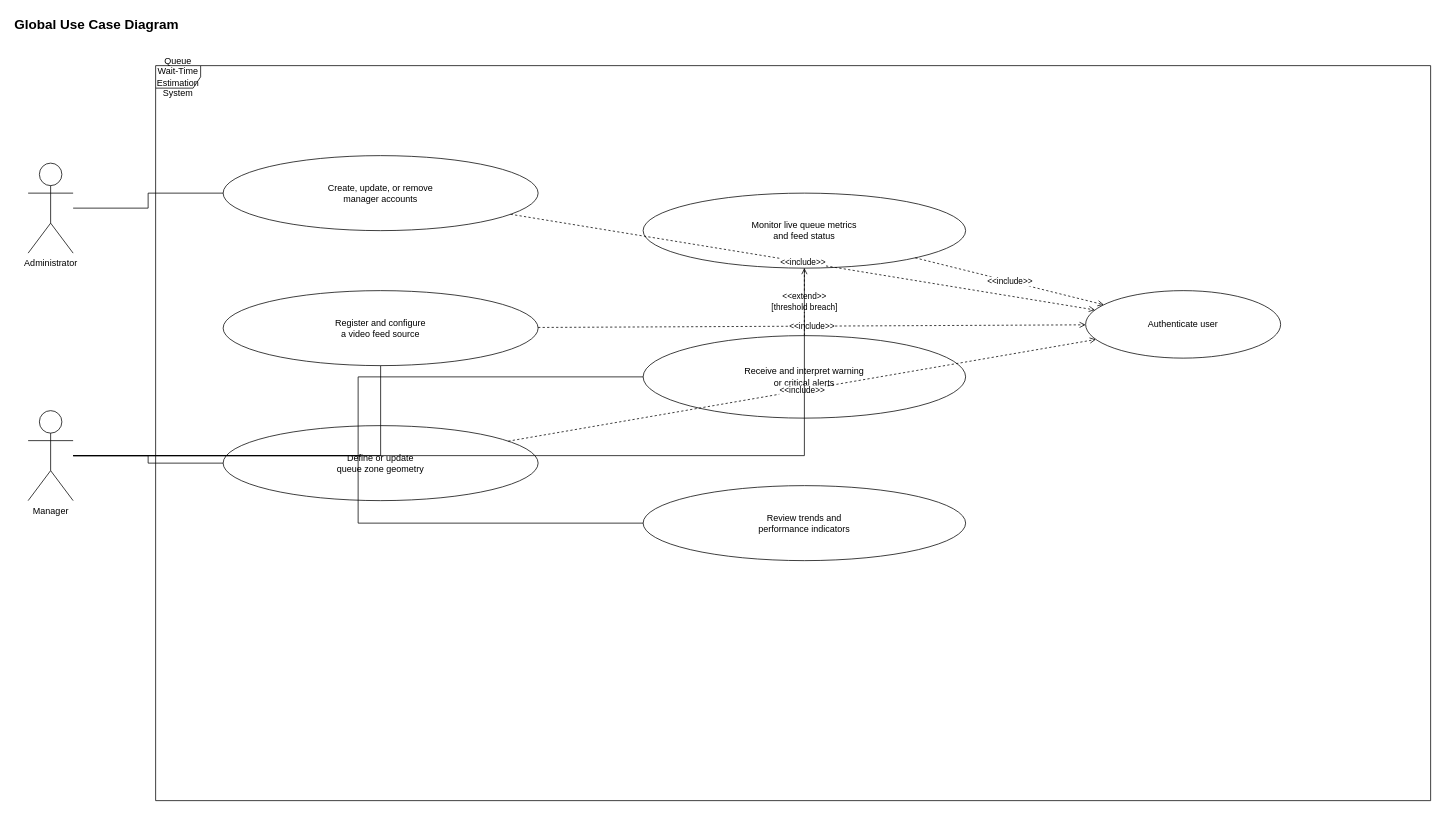
Before: report-latex/figures/drawio/global_use_case.drawio in Salmen-BA21/Queue-Wait-Time-Estimation, a draw.io diagram. Source tidied: cells renumbered, new cells numbered last; positions are measured from the earlier drawing's top-left corner, leaving out a move shared by most shapes. Both pictures are drawn from the tidied source at 75%, with x=0, y=0 at pixel (13, 13).
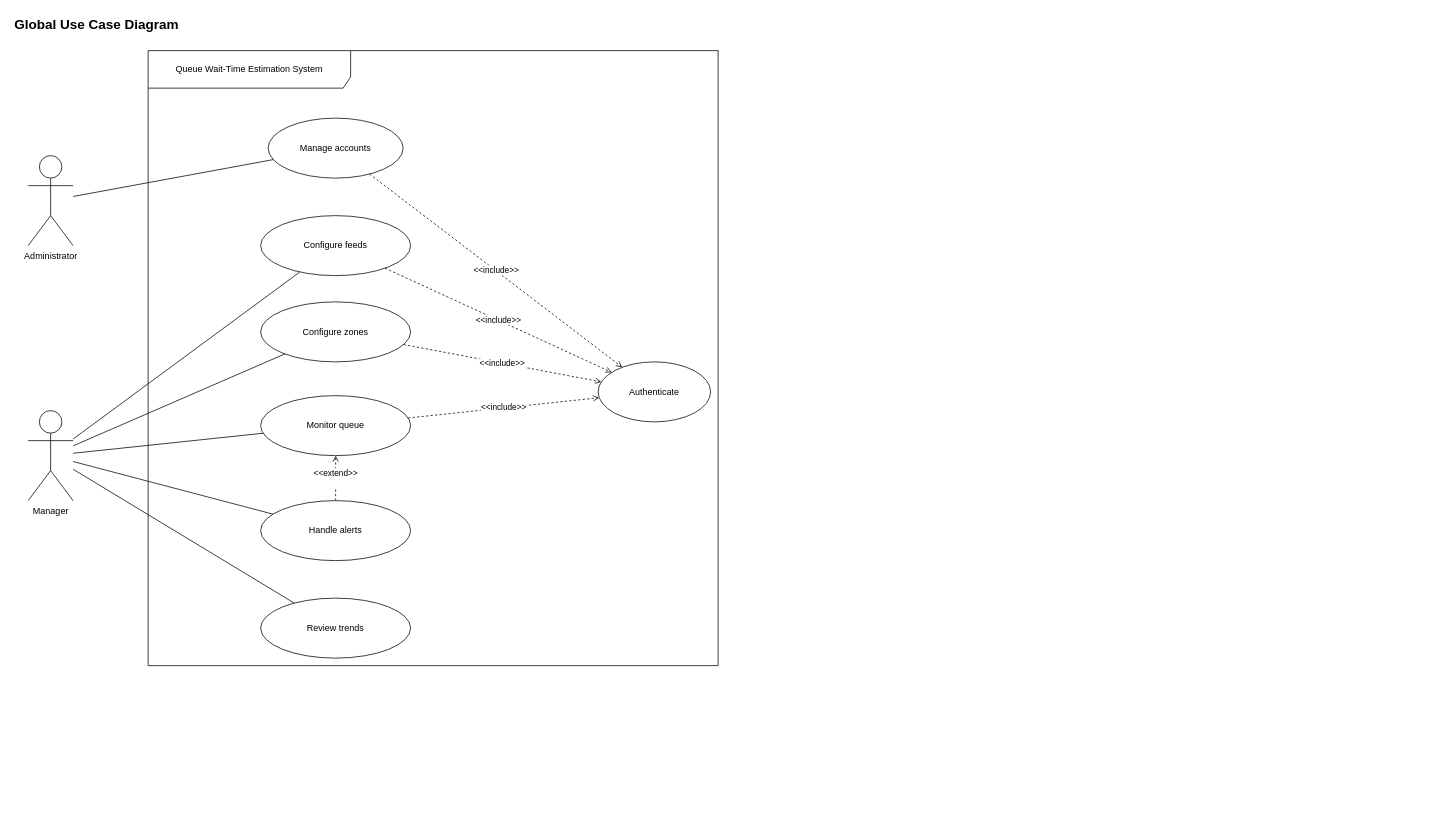
The same page after the edit.

The change refers to these unchanged cells:
```xml
<mxCell id="4" value="Manager" style="shape=umlActor;verticalLabelPosition=bottom;verticalAlign=top;html=1;" parent="1" vertex="1">
  <mxGeometry x="20" y="530" width="60" height="120" as="geometry" />
</mxCell>
```

Diff of the diagram source:
```diff
@@
     <mxCell id="3" value="Administrator" style="shape=umlActor;verticalLabelPosition=bottom;verticalAlign=top;html=1;" parent="1" vertex="1">
-      <mxGeometry x="20" y="200" width="60" height="120" as="geometry" />
+      <mxGeometry x="20" y="190" width="60" height="120" as="geometry" />
     </mxCell>
@@
-    <mxCell id="5" value="Queue Wait-Time Estimation System" style="shape=umlFrame;whiteSpace=wrap;html=1;" parent="1" vertex="1">
-      <mxGeometry x="190" y="70" width="1700" height="980" as="geometry" />
+    <mxCell id="5" value="Queue Wait-Time Estimation System" style="shape=umlFrame;whiteSpace=wrap;html=1;width=270;height=50;" parent="1" vertex="1">
+      <mxGeometry x="180" y="50" width="760" height="820" as="geometry" />
     </mxCell>
-    <mxCell id="6" value="Create, update, or remove&#10;manager accounts" style="ellipse;whiteSpace=wrap;html=1;" parent="5" vertex="1">
-      <mxGeometry x="90" y="120" width="420" height="100" as="geometry" />
-    </mxCell>
-    <mxCell id="7" value="Register and configure&#10;a video feed source" style="ellipse;whiteSpace=wrap;html=1;" parent="5" vertex="1">
-      <mxGeometry x="90" y="300" width="420" height="100" as="geometry" />
-    </mxCell>
-    <mxCell id="8" value="Define or update&#10;queue zone geometry" style="ellipse;whiteSpace=wrap;html=1;" parent="5" vertex="1">
-      <mxGeometry x="90" y="480" width="420" height="100" as="geometry" />
-    </mxCell>
-    <mxCell id="9" value="Monitor live queue metrics&#10;and feed status" style="ellipse;whiteSpace=wrap;html=1;" parent="5" vertex="1">
-      <mxGeometry x="650" y="170" width="430" height="100" as="geometry" />
-    </mxCell>
-    <mxCell id="10" value="Receive and interpret warning&#10;or critical alerts" style="ellipse;whiteSpace=wrap;html=1;" parent="5" vertex="1">
-      <mxGeometry x="650" y="360" width="430" height="110" as="geometry" />
-    </mxCell>
-    <mxCell id="11" value="Review trends and&#10;performance indicators" style="ellipse;whiteSpace=wrap;html=1;" parent="5" vertex="1">
-      <mxGeometry x="650" y="560" width="430" height="100" as="geometry" />
-    </mxCell>
-    <mxCell id="12" value="Authenticate user" style="ellipse;whiteSpace=wrap;html=1;" parent="5" vertex="1">
-      <mxGeometry x="1240" y="300" width="260" height="90" as="geometry" />
-    </mxCell>
+    <mxCell id="24" value="Manage accounts" style="ellipse;whiteSpace=wrap;html=1;" parent="5" vertex="1">
+      <mxGeometry x="160" y="90" width="180" height="80" as="geometry" />
+    </mxCell>
+    <mxCell id="25" value="Configure feeds" style="ellipse;whiteSpace=wrap;html=1;" parent="5" vertex="1">
+      <mxGeometry x="150" y="220" width="200" height="80" as="geometry" />
+    </mxCell>
+    <mxCell id="26" value="Configure zones" style="ellipse;whiteSpace=wrap;html=1;" parent="5" vertex="1">
+      <mxGeometry x="150" y="335" width="200" height="80" as="geometry" />
+    </mxCell>
+    <mxCell id="27" value="Monitor queue" style="ellipse;whiteSpace=wrap;html=1;" parent="5" vertex="1">
+      <mxGeometry x="150" y="460" width="200" height="80" as="geometry" />
+    </mxCell>
+    <mxCell id="28" value="Handle alerts" style="ellipse;whiteSpace=wrap;html=1;" parent="5" vertex="1">
+      <mxGeometry x="150" y="600" width="200" height="80" as="geometry" />
+    </mxCell>
+    <mxCell id="29" value="Review trends" style="ellipse;whiteSpace=wrap;html=1;" parent="5" vertex="1">
+      <mxGeometry x="150" y="730" width="200" height="80" as="geometry" />
+    </mxCell>
+    <mxCell id="30" value="Authenticate" style="ellipse;whiteSpace=wrap;html=1;" parent="5" vertex="1">
+      <mxGeometry x="600" y="415" width="150" height="80" as="geometry" />
+    </mxCell>
+    <mxCell id="31" value="&amp;lt;&amp;lt;include&amp;gt;&amp;gt;" style="dashed=1;endArrow=open;endFill=0;html=1;rounded=0;" parent="5" edge="1" source="24" target="30">
+      <mxGeometry relative="1" as="geometry" />
+    </mxCell>
+    <mxCell id="32" value="&amp;lt;&amp;lt;include&amp;gt;&amp;gt;" style="dashed=1;endArrow=open;endFill=0;html=1;rounded=0;" parent="5" edge="1" source="25" target="30">
+      <mxGeometry relative="1" as="geometry" />
+    </mxCell>
+    <mxCell id="33" value="&amp;lt;&amp;lt;include&amp;gt;&amp;gt;" style="dashed=1;endArrow=open;endFill=0;html=1;rounded=0;" parent="5" edge="1" source="26" target="30">
+      <mxGeometry relative="1" as="geometry" />
+    </mxCell>
+    <mxCell id="34" value="&amp;lt;&amp;lt;include&amp;gt;&amp;gt;" style="dashed=1;endArrow=open;endFill=0;html=1;rounded=0;" parent="5" edge="1" source="27" target="30">
+      <mxGeometry relative="1" as="geometry" />
+    </mxCell>
+    <mxCell id="35" value="&amp;lt;&amp;lt;extend&amp;gt;&amp;gt;&lt;br&gt;&lt;div&gt;&lt;br&gt;&lt;/div&gt;" style="dashed=1;endArrow=open;endFill=0;html=1;rounded=0;" parent="5" edge="1" source="28" target="27">
+      <mxGeometry relative="1" as="geometry" />
+    </mxCell>
-    <mxCell id="13" style="edgeStyle=orthogonalEdgeStyle;rounded=0;jettySize=auto;html=1;endArrow=none;endFill=0;" parent="1" edge="1" source="3" target="6">
+    <mxCell id="13" style="rounded=0;jettySize=auto;html=1;endArrow=none;endFill=0;" parent="1" edge="1" source="3" target="24">
       <mxGeometry relative="1" as="geometry" />
     </mxCell>
-    <mxCell id="14" style="edgeStyle=orthogonalEdgeStyle;rounded=0;jettySize=auto;html=1;endArrow=none;endFill=0;" parent="1" edge="1" source="4" target="7">
+    <mxCell id="14" style="rounded=0;jettySize=auto;html=1;endArrow=none;endFill=0;" parent="1" edge="1" source="4" target="25">
       <mxGeometry relative="1" as="geometry" />
     </mxCell>
-    <mxCell id="15" style="edgeStyle=orthogonalEdgeStyle;rounded=0;jettySize=auto;html=1;endArrow=none;endFill=0;" parent="1" edge="1" source="4" target="8">
+    <mxCell id="15" style="rounded=0;jettySize=auto;html=1;endArrow=none;endFill=0;" parent="1" edge="1" source="4" target="26">
       <mxGeometry relative="1" as="geometry" />
     </mxCell>
-    <mxCell id="16" style="edgeStyle=orthogonalEdgeStyle;rounded=0;jettySize=auto;html=1;endArrow=none;endFill=0;" parent="1" edge="1" source="4" target="9">
+    <mxCell id="16" style="rounded=0;jettySize=auto;html=1;endArrow=none;endFill=0;" parent="1" edge="1" source="4" target="27">
       <mxGeometry relative="1" as="geometry" />
     </mxCell>
-    <mxCell id="17" style="edgeStyle=orthogonalEdgeStyle;rounded=0;jettySize=auto;html=1;endArrow=none;endFill=0;" parent="1" edge="1" source="4" target="10">
+    <mxCell id="17" style="rounded=0;jettySize=auto;html=1;endArrow=none;endFill=0;" parent="1" edge="1" source="4" target="28">
       <mxGeometry relative="1" as="geometry" />
     </mxCell>
-    <mxCell id="18" style="edgeStyle=orthogonalEdgeStyle;rounded=0;jettySize=auto;html=1;endArrow=none;endFill=0;" parent="1" edge="1" source="4" target="11">
+    <mxCell id="18" style="rounded=0;jettySize=auto;html=1;endArrow=none;endFill=0;" parent="1" edge="1" source="4" target="29">
       <mxGeometry relative="1" as="geometry" />
     </mxCell>
-    <mxCell id="19" value="&amp;lt;&amp;lt;include&amp;gt;&amp;gt;" style="dashed=1;endArrow=open;endFill=0;html=1;rounded=0;" parent="5" edge="1" source="6" target="12">
-      <mxGeometry relative="1" as="geometry" />
-    </mxCell>
-    <mxCell id="20" value="&amp;lt;&amp;lt;include&amp;gt;&amp;gt;" style="dashed=1;endArrow=open;endFill=0;html=1;rounded=0;" parent="5" edge="1" source="7" target="12">
-      <mxGeometry relative="1" as="geometry" />
-    </mxCell>
-    <mxCell id="21" value="&amp;lt;&amp;lt;include&amp;gt;&amp;gt;" style="dashed=1;endArrow=open;endFill=0;html=1;rounded=0;" parent="5" edge="1" source="8" target="12">
-      <mxGeometry relative="1" as="geometry" />
-    </mxCell>
-    <mxCell id="22" value="&amp;lt;&amp;lt;include&amp;gt;&amp;gt;" style="dashed=1;endArrow=open;endFill=0;html=1;rounded=0;" parent="5" edge="1" source="9" target="12">
-      <mxGeometry relative="1" as="geometry" />
-    </mxCell>
-    <mxCell id="23" value="&amp;lt;&amp;lt;extend&amp;gt;&amp;gt;&#10;[threshold breach]" style="dashed=1;endArrow=open;endFill=0;html=1;rounded=0;" parent="5" edge="1" source="10" target="9">
-      <mxGeometry relative="1" as="geometry" />
-    </mxCell>
```
